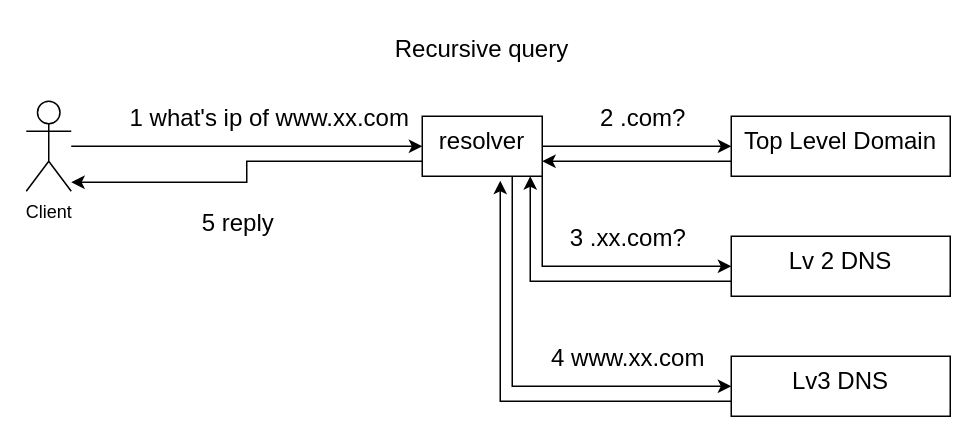
Above: DNS query.drawio in morefreeze/Study (draw.io), before the change. Source tidied: cells renumbered, new cells numbered last; positions are measured from the earlier drawing's top-left corner, leaving out a move shared by most shapes. Both pictures are drawn from the tidied source at 150%, with x=0, y=0 at pixel (26, 26).
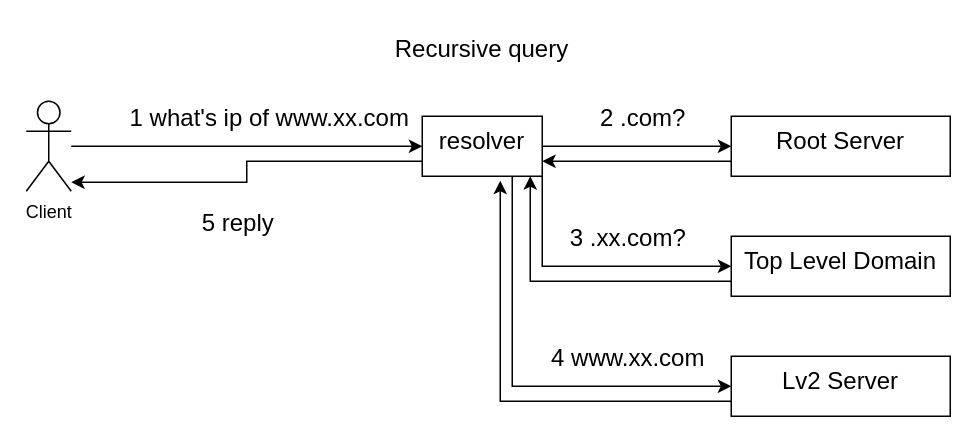
After the change.

Change to the diagram source:
```diff
@@
-    <mxCell id="15" value="Top Level Domain" style="whiteSpace=wrap;html=1;verticalAlign=top;fontSize=16;" parent="1" vertex="1">
+    <mxCell id="15" value="Root Server" style="whiteSpace=wrap;html=1;verticalAlign=top;fontSize=16;" parent="1" vertex="1">
       <mxGeometry x="470" y="60" width="146" height="40" as="geometry" />
     </mxCell>
@@
-    <mxCell id="17" value="Lv 2 DNS" style="whiteSpace=wrap;html=1;verticalAlign=top;fontSize=16;" parent="1" vertex="1">
+    <mxCell id="17" value="Top Level Domain" style="whiteSpace=wrap;html=1;verticalAlign=top;fontSize=16;" parent="1" vertex="1">
       <mxGeometry x="470" y="140" width="146" height="40" as="geometry" />
     </mxCell>
@@
-    <mxCell id="19" value="Lv3 DNS" style="whiteSpace=wrap;html=1;verticalAlign=top;fontSize=16;" parent="1" vertex="1">
+    <mxCell id="19" value="Lv2 Server" style="whiteSpace=wrap;html=1;verticalAlign=top;fontSize=16;" parent="1" vertex="1">
       <mxGeometry x="470" y="220" width="146" height="40" as="geometry" />
     </mxCell>
```
